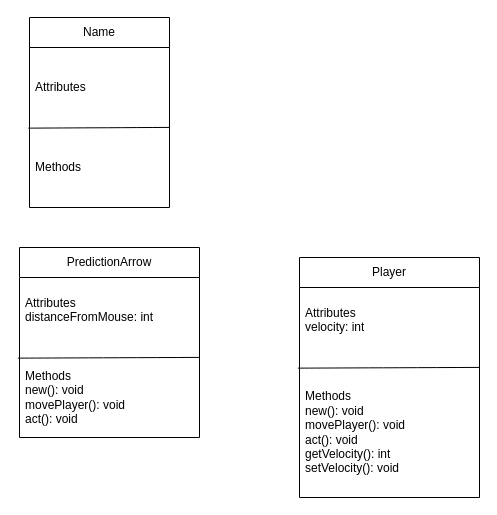
This is Class diagrams.drawio from BHASVIC-GabrielChan25/Coursework, a draw.io file, before an edit. Source tidied: cells renumbered, new cells numbered last; positions are measured from the earlier drawing's top-left corner, leaving out a move shared by most shapes. Both pictures are drawn from the tidied source at 100%, with x=0, y=0 at pixel (19, 17).
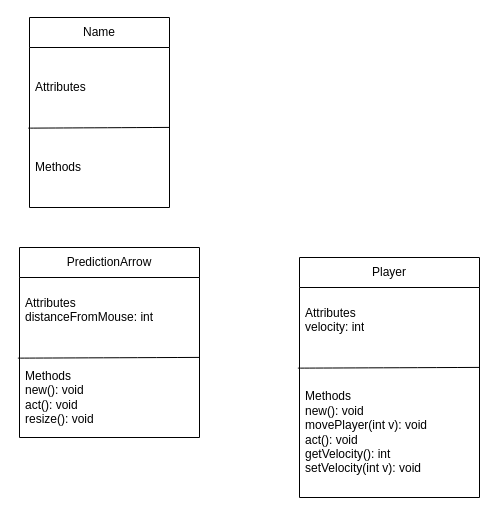
The same diagram, later.

Change to the diagram source:
```diff
@@
 <mxGraphModel>
   <root>
     <mxCell id="0" />
     <mxCell id="1" parent="0" />
     <mxCell id="2" value="Name" style="swimlane;fontStyle=0;horizontal=1;startSize=30;whiteSpace=wrap;html=1;" parent="1" vertex="1">
       <mxGeometry x="10" width="140" height="190" as="geometry" />
     </mxCell>
     <mxCell id="3" value="Attributes" style="text;strokeColor=none;fillColor=none;align=left;verticalAlign=middle;spacingLeft=4;spacingRight=4;overflow=hidden;points=[[0,0.5],[1,0.5]];portConstraint=eastwest;whiteSpace=wrap;html=1;" parent="2" vertex="1">
       <mxGeometry y="30" width="140" height="80" as="geometry" />
     </mxCell>
     <mxCell id="4" value="Methods" style="text;strokeColor=none;fillColor=none;align=left;verticalAlign=middle;spacingLeft=4;spacingRight=4;overflow=hidden;whiteSpace=wrap;html=1;" parent="2" vertex="1">
       <mxGeometry y="110" width="140" height="80" as="geometry" />
     </mxCell>
     <mxCell id="5" style="endArrow=none;html=1;rounded=0;fontSize=12;startSize=8;endSize=8;curved=1;exitX=-0.009;exitY=1.008;exitDx=0;exitDy=0;entryX=0.998;entryY=0.999;entryDx=0;entryDy=0;exitPerimeter=0;entryPerimeter=0;" parent="2" edge="1" source="3" target="3">
       <mxGeometry relative="1" as="geometry" />
     </mxCell>
     <mxCell id="6" value="Player" style="swimlane;fontStyle=0;horizontal=1;startSize=30;whiteSpace=wrap;html=1;" parent="1" vertex="1">
       <mxGeometry x="280" y="240" width="180" height="240" as="geometry" />
     </mxCell>
     <mxCell id="7" value="Attributes&lt;div&gt;velocity: int&lt;/div&gt;&lt;div&gt;&lt;br&gt;&lt;/div&gt;" style="text;strokeColor=none;fillColor=none;align=left;verticalAlign=middle;spacingLeft=4;spacingRight=4;overflow=hidden;points=[[0,0.5],[1,0.5]];portConstraint=eastwest;whiteSpace=wrap;html=1;" parent="6" vertex="1">
       <mxGeometry y="30" width="180" height="80" as="geometry" />
     </mxCell>
-    <mxCell id="8" value="Methods&lt;div&gt;new(): void&lt;/div&gt;&lt;div&gt;movePlayer(): void&lt;/div&gt;&lt;div&gt;act(): void&lt;/div&gt;&lt;div&gt;getVelocity(): int&lt;/div&gt;&lt;div&gt;setVelocity(): void&lt;/div&gt;" style="text;strokeColor=none;fillColor=none;align=left;verticalAlign=middle;spacingLeft=4;spacingRight=4;overflow=hidden;whiteSpace=wrap;html=1;" parent="6" vertex="1">
+    <mxCell id="8" value="Methods&lt;div&gt;new(): void&lt;/div&gt;&lt;div&gt;movePlayer(int v): void&lt;/div&gt;&lt;div&gt;act(): void&lt;/div&gt;&lt;div&gt;getVelocity(): int&lt;/div&gt;&lt;div&gt;setVelocity(int v): void&lt;/div&gt;" style="text;strokeColor=none;fillColor=none;align=left;verticalAlign=middle;spacingLeft=4;spacingRight=4;overflow=hidden;whiteSpace=wrap;html=1;" parent="6" vertex="1">
       <mxGeometry y="110" width="180" height="130" as="geometry" />
     </mxCell>
     <mxCell id="9" style="endArrow=none;html=1;rounded=0;fontSize=12;startSize=8;endSize=8;curved=1;exitX=-0.009;exitY=1.008;exitDx=0;exitDy=0;entryX=0.998;entryY=0.999;entryDx=0;entryDy=0;exitPerimeter=0;entryPerimeter=0;" parent="6" edge="1" source="7" target="7">
       <mxGeometry relative="1" as="geometry" />
     </mxCell>
     <mxCell id="10" value="PredictionArrow" style="swimlane;fontStyle=0;horizontal=1;startSize=30;whiteSpace=wrap;html=1;" parent="1" vertex="1">
       <mxGeometry y="230" width="180" height="190" as="geometry" />
     </mxCell>
     <mxCell id="11" value="Attributes&lt;div&gt;distanceFromMouse: int&lt;/div&gt;&lt;div&gt;&lt;br&gt;&lt;/div&gt;" style="text;strokeColor=none;fillColor=none;align=left;verticalAlign=middle;spacingLeft=4;spacingRight=4;overflow=hidden;points=[[0,0.5],[1,0.5]];portConstraint=eastwest;whiteSpace=wrap;html=1;" parent="10" vertex="1">
       <mxGeometry y="30" width="180" height="80" as="geometry" />
     </mxCell>
-    <mxCell id="12" value="Methods&lt;div&gt;new(): void&lt;/div&gt;&lt;div&gt;movePlayer(): void&lt;/div&gt;&lt;div&gt;act(): void&lt;/div&gt;" style="text;strokeColor=none;fillColor=none;align=left;verticalAlign=middle;spacingLeft=4;spacingRight=4;overflow=hidden;whiteSpace=wrap;html=1;" parent="10" vertex="1">
+    <mxCell id="12" value="Methods&lt;div&gt;new(): void&lt;/div&gt;&lt;div&gt;&lt;span style=&quot;background-color: transparent; color: light-dark(rgb(0, 0, 0), rgb(255, 255, 255));&quot;&gt;act(): void&lt;/span&gt;&lt;/div&gt;&lt;div&gt;resize(): void&lt;/div&gt;" style="text;strokeColor=none;fillColor=none;align=left;verticalAlign=middle;spacingLeft=4;spacingRight=4;overflow=hidden;whiteSpace=wrap;html=1;" parent="10" vertex="1">
       <mxGeometry y="110" width="180" height="80" as="geometry" />
     </mxCell>
     <mxCell id="13" style="endArrow=none;html=1;rounded=0;fontSize=12;startSize=8;endSize=8;curved=1;exitX=-0.009;exitY=1.008;exitDx=0;exitDy=0;entryX=0.998;entryY=0.999;entryDx=0;entryDy=0;exitPerimeter=0;entryPerimeter=0;" parent="10" edge="1" source="11" target="11">
       <mxGeometry relative="1" as="geometry" />
     </mxCell>
   </root>
 </mxGraphModel>
```
